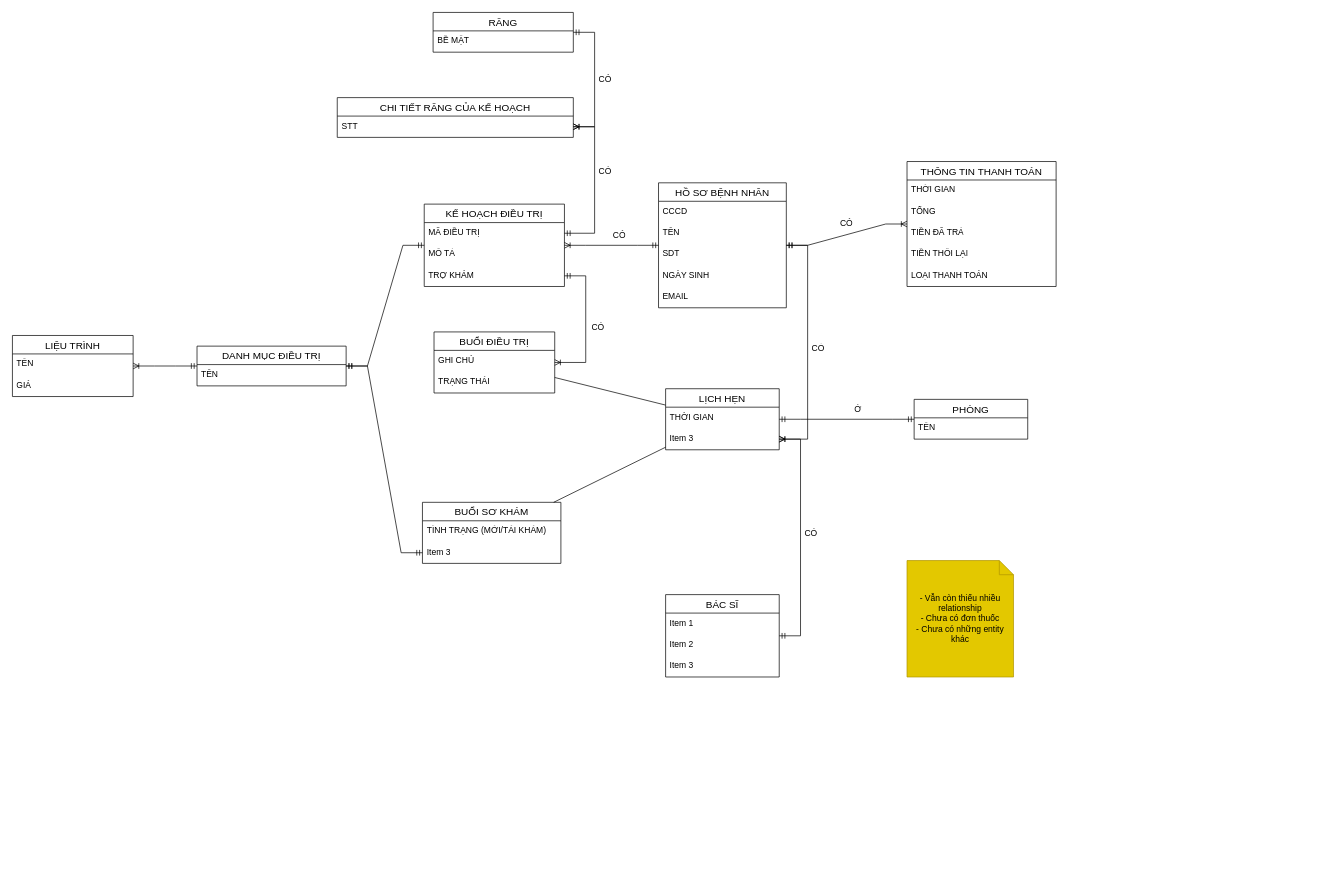
Before: diagrams/conceptual-diagram-v2.drawio in nibtr/clinic-db, a draw.io diagram. Source tidied: cells renumbered, new cells numbered last; positions are measured from the earlier drawing's top-left corner, leaving out a move shared by most shapes. Both pictures are drawn from the tidied source at 71%, with x=0, y=0 at pixel (12, 12).
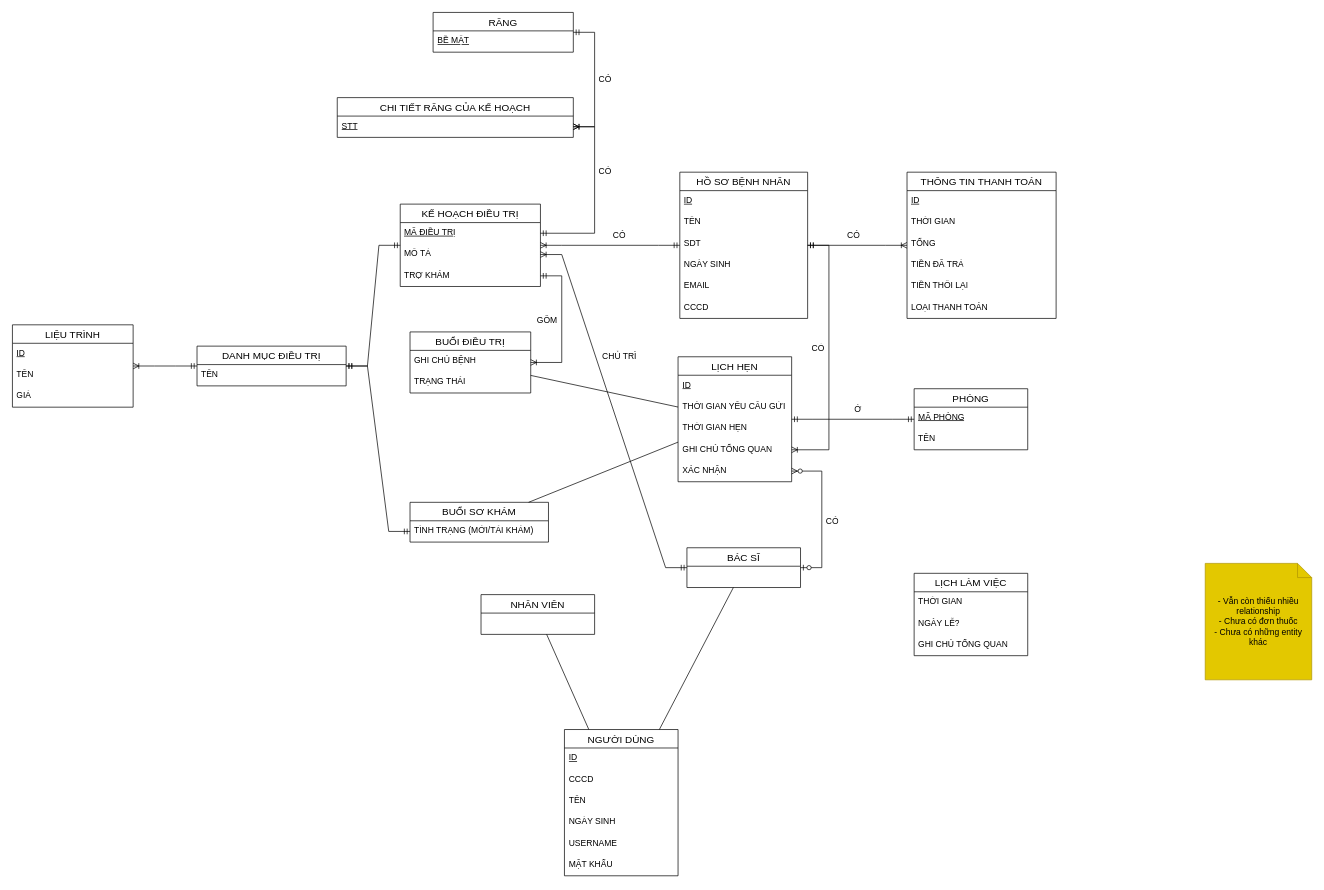
After the change.

Commit message (it also covers changes not shown here):
fix: fix overview + diagram

Refactor some requirements + fix diagram

The change refers to these unchanged cells:
```xml
<mxCell id="9" value="DANH MỤC ĐIỀU TRỊ" style="swimlane;fontStyle=0;horizontal=1;startSize=26;align=center;fontSize=14;" parent="1" vertex="1">
  <mxGeometry x="260" y="470" width="210" height="56" as="geometry" />
</mxCell>
<mxCell id="12" value="TÌNH TRẠNG (MỚI/TÁI KHÁM)" style="text;strokeColor=none;fillColor=none;spacingLeft=4;spacingRight=4;overflow=hidden;points=[[0,0.5],[1,0.5]];portConstraint=eastwest;fontSize=12;whiteSpace=wrap;html=1;" parent="11" vertex="1">
  <mxGeometry y="26" width="195" height="30" as="geometry" />
</mxCell>
<mxCell id="36" value="MÔ TẢ" style="text;strokeColor=none;fillColor=none;spacingLeft=4;spacingRight=4;overflow=hidden;points=[[0,0.5],[1,0.5]];portConstraint=eastwest;fontSize=12;whiteSpace=wrap;html=1;" parent="34" vertex="1">
  <mxGeometry y="56" width="197.5" height="30" as="geometry" />
</mxCell>
<mxCell id="41" value="RĂNG" style="swimlane;fontStyle=0;horizontal=1;startSize=26;align=center;fontSize=14;" parent="1" vertex="1">
  <mxGeometry x="592.5" width="197.5" height="56" as="geometry" />
</mxCell>
<mxCell id="43" value="CHI TIẾT RĂNG CỦA KẾ HOẠCH" style="swimlane;fontStyle=0;horizontal=1;startSize=26;align=center;fontSize=14;" parent="1" vertex="1">
  <mxGeometry x="457.5" y="120" width="332.5" height="56" as="geometry" />
</mxCell>
```

The edit, as a diff of the source:
```diff
@@
     <mxCell id="2" value="LỊCH HẸN" style="swimlane;fontStyle=0;horizontal=1;startSize=26;align=center;fontSize=14;" parent="1" vertex="1">
-      <mxGeometry x="920" y="530" width="160" height="86" as="geometry" />
+      <mxGeometry x="937.5" y="485" width="160" height="176" as="geometry" />
     </mxCell>
-    <mxCell id="3" value="THỜI GIAN" style="text;strokeColor=none;fillColor=none;spacingLeft=4;spacingRight=4;overflow=hidden;fontSize=12;whiteSpace=wrap;html=1;" parent="2" vertex="1">
+    <mxCell id="3" value="&lt;u&gt;ID&lt;/u&gt;" style="text;strokeColor=none;fillColor=none;spacingLeft=4;spacingRight=4;overflow=hidden;fontSize=12;whiteSpace=wrap;html=1;" parent="2" vertex="1">
       <mxGeometry y="26" width="160" height="30" as="geometry" />
     </mxCell>
+    <mxCell id="64" value="THỜI GIAN YÊU CÂU GỬI" style="text;strokeColor=none;fillColor=none;spacingLeft=4;spacingRight=4;overflow=hidden;fontSize=12;whiteSpace=wrap;html=1;" parent="2" vertex="1">
+      <mxGeometry y="56" width="160" height="30" as="geometry" />
+    </mxCell>
+    <mxCell id="65" value="THỜI GIAN HẸN" style="text;strokeColor=none;fillColor=none;spacingLeft=4;spacingRight=4;overflow=hidden;fontSize=12;whiteSpace=wrap;html=1;" parent="2" vertex="1">
+      <mxGeometry y="86" width="160" height="30" as="geometry" />
+    </mxCell>
-    <mxCell id="4" value="Item 3" style="text;strokeColor=none;fillColor=none;spacingLeft=4;spacingRight=4;overflow=hidden;points=[[0,0.5],[1,0.5]];portConstraint=eastwest;fontSize=12;whiteSpace=wrap;html=1;" parent="2" vertex="1">
-      <mxGeometry y="56" width="160" height="30" as="geometry" />
+    <mxCell id="4" value="GHI CHÚ TỔNG QUAN" style="text;strokeColor=none;fillColor=none;spacingLeft=4;spacingRight=4;overflow=hidden;points=[[0,0.5],[1,0.5]];portConstraint=eastwest;fontSize=12;whiteSpace=wrap;html=1;" parent="2" vertex="1">
+      <mxGeometry y="116" width="160" height="30" as="geometry" />
     </mxCell>
+    <mxCell id="66" value="XÁC NHẬN" style="text;strokeColor=none;fillColor=none;spacingLeft=4;spacingRight=4;overflow=hidden;points=[[0,0.5],[1,0.5]];portConstraint=eastwest;fontSize=12;whiteSpace=wrap;html=1;" parent="2" vertex="1">
+      <mxGeometry y="146" width="160" height="30" as="geometry" />
+    </mxCell>
     <mxCell id="5" value="BÁC SĨ" style="swimlane;fontStyle=0;horizontal=1;startSize=26;align=center;fontSize=14;" parent="1" vertex="1">
-      <mxGeometry x="920" y="820" width="160" height="116" as="geometry" />
+      <mxGeometry x="950" y="754" width="160" height="56" as="geometry" />
     </mxCell>
-    <mxCell id="6" value="Item 1" style="text;strokeColor=none;fillColor=none;spacingLeft=4;spacingRight=4;overflow=hidden;fontSize=12;whiteSpace=wrap;html=1;" parent="5" vertex="1">
-      <mxGeometry y="26" width="160" height="30" as="geometry" />
-    </mxCell>
-    <mxCell id="7" value="Item 2" style="text;strokeColor=none;fillColor=none;spacingLeft=4;spacingRight=4;overflow=hidden;fontSize=12;whiteSpace=wrap;html=1;" parent="5" vertex="1">
-      <mxGeometry y="56" width="160" height="30" as="geometry" />
-    </mxCell>
-    <mxCell id="8" value="Item 3" style="text;strokeColor=none;fillColor=none;spacingLeft=4;spacingRight=4;overflow=hidden;fontSize=12;whiteSpace=wrap;html=1;" parent="5" vertex="1">
-      <mxGeometry y="86" width="160" height="30" as="geometry" />
-    </mxCell>
@@
     <mxCell id="11" value="BUỔI SƠ KHÁM" style="swimlane;fontStyle=0;horizontal=1;startSize=26;align=center;fontSize=14;" parent="1" vertex="1">
-      <mxGeometry x="577.5" y="690" width="195" height="86" as="geometry" />
+      <mxGeometry x="560" y="690" width="195" height="56" as="geometry" />
     </mxCell>
@@
-    <mxCell id="13" value="Item 3" style="text;strokeColor=none;fillColor=none;spacingLeft=4;spacingRight=4;overflow=hidden;points=[[0,0.5],[1,0.5]];portConstraint=eastwest;fontSize=12;whiteSpace=wrap;html=1;" parent="11" vertex="1">
-      <mxGeometry y="56" width="195" height="30" as="geometry" />
-    </mxCell>
     <mxCell id="14" value="BUỔI ĐIỀU TRỊ" style="swimlane;fontStyle=0;horizontal=1;startSize=26;align=center;fontSize=14;" parent="1" vertex="1">
-      <mxGeometry x="593.8" y="450" width="170" height="86" as="geometry" />
+      <mxGeometry x="560" y="450" width="170" height="86" as="geometry" />
     </mxCell>
-    <mxCell id="15" value="GHI CHÚ" style="text;strokeColor=none;fillColor=none;spacingLeft=4;spacingRight=4;overflow=hidden;fontSize=12;whiteSpace=wrap;html=1;" parent="14" vertex="1">
+    <mxCell id="15" value="GHI CHÚ BỆNH" style="text;strokeColor=none;fillColor=none;spacingLeft=4;spacingRight=4;overflow=hidden;fontSize=12;whiteSpace=wrap;html=1;" parent="14" vertex="1">
       <mxGeometry y="26" width="170" height="30" as="geometry" />
     </mxCell>
@@
-    <mxCell id="18" style="edgeStyle=entityRelationEdgeStyle;fontSize=12;html=1;endArrow=ERmandOne;startArrow=ERmandOne;rounded=0;" parent="1" edge="1" source="9" target="13">
+    <mxCell id="18" style="edgeStyle=entityRelationEdgeStyle;fontSize=12;html=1;endArrow=ERmandOne;startArrow=ERmandOne;rounded=0;" parent="1" edge="1" source="9" target="12">
       <mxGeometry relative="1" as="geometry" />
     </mxCell>
     <mxCell id="19" value="PHÒNG" style="swimlane;fontStyle=0;horizontal=1;startSize=26;align=center;fontSize=14;" parent="1" vertex="1">
-      <mxGeometry x="1270" y="545" width="160" height="56" as="geometry" />
+      <mxGeometry x="1270" y="530" width="160" height="86" as="geometry" />
     </mxCell>
-    <mxCell id="20" value="TÊN" style="text;strokeColor=none;fillColor=none;spacingLeft=4;spacingRight=4;overflow=hidden;fontSize=12;whiteSpace=wrap;html=1;" parent="19" vertex="1">
+    <mxCell id="20" value="&lt;u&gt;MÃ PHÒNG&lt;/u&gt;" style="text;strokeColor=none;fillColor=none;spacingLeft=4;spacingRight=4;overflow=hidden;fontSize=12;whiteSpace=wrap;html=1;" parent="19" vertex="1">
       <mxGeometry y="26" width="160" height="30" as="geometry" />
     </mxCell>
+    <mxCell id="67" value="TÊN" style="text;strokeColor=none;fillColor=none;spacingLeft=4;spacingRight=4;overflow=hidden;fontSize=12;whiteSpace=wrap;html=1;" parent="19" vertex="1">
+      <mxGeometry y="56" width="160" height="30" as="geometry" />
+    </mxCell>
@@
-    <mxCell id="25" style="edgeStyle=entityRelationEdgeStyle;fontSize=12;html=1;endArrow=ERoneToMany;startArrow=ERmandOne;rounded=0;" parent="1" edge="1" source="5" target="4">
-      <mxGeometry relative="1" as="geometry" />
-    </mxCell>
     <mxCell id="26" value="CÓ" style="text;strokeColor=none;fillColor=none;spacingLeft=4;spacingRight=4;overflow=hidden;fontSize=12;whiteSpace=wrap;html=1;" parent="1" vertex="1">
-      <mxGeometry x="1110" y="720" width="30" height="30" as="geometry" />
+      <mxGeometry x="1140" y="703" width="30" height="30" as="geometry" />
     </mxCell>
     <mxCell id="27" value="HỒ SƠ BỆNH NHÂN" style="swimlane;fontStyle=0;horizontal=1;startSize=26;align=center;fontSize=14;" parent="1" vertex="1">
-      <mxGeometry x="910" y="240" width="180" height="176" as="geometry" />
+      <mxGeometry x="940" y="225" width="180" height="206" as="geometry" />
     </mxCell>
-    <mxCell id="28" value="CCCD" style="text;strokeColor=none;fillColor=none;spacingLeft=4;spacingRight=4;overflow=hidden;fontSize=12;whiteSpace=wrap;html=1;" parent="27" vertex="1">
+    <mxCell id="28" value="&lt;u&gt;ID&lt;/u&gt;" style="text;strokeColor=none;fillColor=none;spacingLeft=4;spacingRight=4;overflow=hidden;fontSize=12;whiteSpace=wrap;html=1;" parent="27" vertex="1">
       <mxGeometry y="26" width="180" height="30" as="geometry" />
     </mxCell>
@@
+    <mxCell id="68" value="CCCD" style="text;strokeColor=none;fillColor=none;spacingLeft=4;spacingRight=4;overflow=hidden;fontSize=12;whiteSpace=wrap;html=1;" parent="27" vertex="1">
+      <mxGeometry y="176" width="180" height="30" as="geometry" />
+    </mxCell>
@@
     <mxCell id="34" value="KẾ HOẠCH ĐIỀU TRỊ" style="swimlane;fontStyle=0;horizontal=1;startSize=26;align=center;fontSize=14;" parent="1" vertex="1">
-      <mxGeometry x="580" y="270" width="197.5" height="116" as="geometry" />
+      <mxGeometry x="546.2" y="270" width="197.5" height="116" as="geometry" />
     </mxCell>
-    <mxCell id="35" value="MÃ ĐIỀU TRỊ" style="text;strokeColor=none;fillColor=none;spacingLeft=4;spacingRight=4;overflow=hidden;points=[[0,0.5],[1,0.5]];portConstraint=eastwest;fontSize=12;whiteSpace=wrap;html=1;" parent="34" vertex="1">
+    <mxCell id="35" value="MÃ ĐIỀU TRỊ" style="text;strokeColor=none;fillColor=none;spacingLeft=4;spacingRight=4;overflow=hidden;points=[[0,0.5],[1,0.5]];portConstraint=eastwest;fontSize=12;whiteSpace=wrap;html=1;fontStyle=4;" parent="34" vertex="1">
       <mxGeometry y="26" width="197.5" height="30" as="geometry" />
     </mxCell>
@@
-    <mxCell id="42" value="BỀ MẶT" style="text;strokeColor=none;fillColor=none;spacingLeft=4;spacingRight=4;overflow=hidden;fontSize=12;whiteSpace=wrap;html=1;" parent="41" vertex="1">
+    <mxCell id="42" value="&lt;u&gt;BỀ MẶT&lt;/u&gt;" style="text;strokeColor=none;fillColor=none;spacingLeft=4;spacingRight=4;overflow=hidden;fontSize=12;whiteSpace=wrap;html=1;" parent="41" vertex="1">
       <mxGeometry y="26" width="197.5" height="30" as="geometry" />
     </mxCell>
@@
-    <mxCell id="44" value="STT" style="text;strokeColor=none;fillColor=none;spacingLeft=4;spacingRight=4;overflow=hidden;points=[[0,0.5],[1,0.5]];portConstraint=eastwest;fontSize=12;whiteSpace=wrap;html=1;" parent="43" vertex="1">
+    <mxCell id="44" value="&lt;u&gt;STT&lt;/u&gt;" style="text;strokeColor=none;fillColor=none;spacingLeft=4;spacingRight=4;overflow=hidden;points=[[0,0.5],[1,0.5]];portConstraint=eastwest;fontSize=12;whiteSpace=wrap;html=1;" parent="43" vertex="1">
       <mxGeometry y="26" width="332.5" height="30" as="geometry" />
     </mxCell>
@@
-    <mxCell id="50" value="CÓ" style="text;strokeColor=none;fillColor=none;spacingLeft=4;spacingRight=4;overflow=hidden;fontSize=12;whiteSpace=wrap;html=1;" parent="1" vertex="1">
-      <mxGeometry x="810" y="430" width="30" height="30" as="geometry" />
+    <mxCell id="50" value="GỒM" style="text;strokeColor=none;fillColor=none;spacingLeft=4;spacingRight=4;overflow=hidden;fontSize=12;whiteSpace=wrap;html=1;" parent="1" vertex="1">
+      <mxGeometry x="732.5" y="420" width="40" height="30" as="geometry" />
     </mxCell>
     <mxCell id="51" value="THÔNG TIN THANH TOÁN" style="swimlane;fontStyle=0;horizontal=1;startSize=26;align=center;fontSize=14;" parent="1" vertex="1">
-      <mxGeometry x="1260" y="210" width="210" height="176" as="geometry" />
+      <mxGeometry x="1260" y="225" width="210" height="206" as="geometry" />
     </mxCell>
+    <mxCell id="69" value="&lt;u&gt;ID&lt;/u&gt;" style="text;strokeColor=none;fillColor=none;spacingLeft=4;spacingRight=4;overflow=hidden;fontSize=12;whiteSpace=wrap;html=1;" parent="51" vertex="1">
+      <mxGeometry y="26" width="210" height="30" as="geometry" />
+    </mxCell>
     <mxCell id="52" value="THỜI GIAN" style="text;strokeColor=none;fillColor=none;spacingLeft=4;spacingRight=4;overflow=hidden;fontSize=12;whiteSpace=wrap;html=1;" parent="51" vertex="1">
-      <mxGeometry y="26" width="210" height="30" as="geometry" />
+      <mxGeometry y="56" width="210" height="30" as="geometry" />
     </mxCell>
     <mxCell id="53" value="TỔNG&amp;nbsp;" style="text;strokeColor=none;fillColor=none;spacingLeft=4;spacingRight=4;overflow=hidden;fontSize=12;whiteSpace=wrap;html=1;" parent="51" vertex="1">
-      <mxGeometry y="56" width="210" height="30" as="geometry" />
+      <mxGeometry y="86" width="210" height="30" as="geometry" />
     </mxCell>
     <mxCell id="54" value="TIỀN ĐÃ TRẢ" style="text;strokeColor=none;fillColor=none;spacingLeft=4;spacingRight=4;overflow=hidden;fontSize=12;whiteSpace=wrap;html=1;" parent="51" vertex="1">
-      <mxGeometry y="86" width="210" height="30" as="geometry" />
+      <mxGeometry y="116" width="210" height="30" as="geometry" />
     </mxCell>
     <mxCell id="55" value="TIỀN THỐI LẠI" style="text;strokeColor=none;fillColor=none;spacingLeft=4;spacingRight=4;overflow=hidden;fontSize=12;whiteSpace=wrap;html=1;" parent="51" vertex="1">
-      <mxGeometry y="116" width="210" height="30" as="geometry" />
+      <mxGeometry y="146" width="210" height="30" as="geometry" />
     </mxCell>
     <mxCell id="56" value="LOẠI THANH TOÁN" style="text;strokeColor=none;fillColor=none;spacingLeft=4;spacingRight=4;overflow=hidden;fontSize=12;whiteSpace=wrap;html=1;" parent="51" vertex="1">
-      <mxGeometry y="146" width="210" height="30" as="geometry" />
+      <mxGeometry y="176" width="210" height="30" as="geometry" />
     </mxCell>
     <mxCell id="57" value="LIỆU TRÌNH" style="swimlane;fontStyle=0;horizontal=1;startSize=26;align=center;fontSize=14;" parent="1" vertex="1">
-      <mxGeometry y="455" width="170" height="86" as="geometry" />
+      <mxGeometry y="440" width="170" height="116" as="geometry" />
     </mxCell>
+    <mxCell id="70" value="&lt;u&gt;ID&lt;/u&gt;" style="text;strokeColor=none;fillColor=none;spacingLeft=4;spacingRight=4;overflow=hidden;fontSize=12;whiteSpace=wrap;html=1;" parent="57" vertex="1">
+      <mxGeometry y="26" width="170" height="30" as="geometry" />
+    </mxCell>
     <mxCell id="58" value="TÊN" style="text;strokeColor=none;fillColor=none;spacingLeft=4;spacingRight=4;overflow=hidden;fontSize=12;whiteSpace=wrap;html=1;" parent="57" vertex="1">
-      <mxGeometry y="26" width="170" height="30" as="geometry" />
+      <mxGeometry y="56" width="170" height="30" as="geometry" />
     </mxCell>
     <mxCell id="59" value="GIÁ" style="text;strokeColor=none;fillColor=none;spacingLeft=4;spacingRight=4;overflow=hidden;fontSize=12;whiteSpace=wrap;html=1;" parent="57" vertex="1">
-      <mxGeometry y="56" width="170" height="30" as="geometry" />
+      <mxGeometry y="86" width="170" height="30" as="geometry" />
     </mxCell>
@@
     <mxCell id="62" value="CÓ" style="text;strokeColor=none;fillColor=none;spacingLeft=4;spacingRight=4;overflow=hidden;fontSize=12;whiteSpace=wrap;html=1;" parent="1" vertex="1">
-      <mxGeometry x="1160" y="283" width="30" height="30" as="geometry" />
+      <mxGeometry x="1170" y="300" width="30" height="30" as="geometry" />
     </mxCell>
     <mxCell id="63" value="- Vẫn còn thiếu nhiều relationship&lt;br&gt;- Chưa có đơn thuốc&lt;br&gt;- Chưa có những entity khác" style="shape=note;size=20;whiteSpace=wrap;html=1;fillColor=#e3c800;fontColor=#000000;strokeColor=#B09500;" parent="1" vertex="1">
-      <mxGeometry x="1260" y="772" width="150" height="164" as="geometry" />
+      <mxGeometry x="1680" y="776" width="150" height="164" as="geometry" />
     </mxCell>
+    <mxCell id="71" value="NHÂN VIÊN" style="swimlane;fontStyle=0;horizontal=1;startSize=26;align=center;fontSize=14;" parent="1" vertex="1">
+      <mxGeometry x="660" y="820" width="160" height="56" as="geometry" />
+    </mxCell>
+    <mxCell id="72" value="NGƯỜI DÙNG" style="swimlane;fontStyle=0;horizontal=1;startSize=26;align=center;fontSize=14;" parent="1" vertex="1">
+      <mxGeometry x="777.5" y="1010" width="160" height="206" as="geometry" />
+    </mxCell>
+    <mxCell id="73" value="&lt;u&gt;ID&lt;/u&gt;" style="text;strokeColor=none;fillColor=none;spacingLeft=4;spacingRight=4;overflow=hidden;fontSize=12;whiteSpace=wrap;html=1;" parent="72" vertex="1">
+      <mxGeometry y="26" width="160" height="30" as="geometry" />
+    </mxCell>
+    <mxCell id="74" value="CCCD" style="text;strokeColor=none;fillColor=none;spacingLeft=4;spacingRight=4;overflow=hidden;fontSize=12;whiteSpace=wrap;html=1;" parent="72" vertex="1">
+      <mxGeometry y="56" width="160" height="30" as="geometry" />
+    </mxCell>
+    <mxCell id="75" value="TÊN" style="text;strokeColor=none;fillColor=none;spacingLeft=4;spacingRight=4;overflow=hidden;fontSize=12;whiteSpace=wrap;html=1;" parent="72" vertex="1">
+      <mxGeometry y="86" width="160" height="30" as="geometry" />
+    </mxCell>
+    <mxCell id="76" value="NGÀY SINH" style="text;strokeColor=none;fillColor=none;spacingLeft=4;spacingRight=4;overflow=hidden;fontSize=12;whiteSpace=wrap;html=1;" parent="72" vertex="1">
+      <mxGeometry y="116" width="160" height="30" as="geometry" />
+    </mxCell>
+    <mxCell id="77" value="USERNAME" style="text;strokeColor=none;fillColor=none;spacingLeft=4;spacingRight=4;overflow=hidden;fontSize=12;whiteSpace=wrap;html=1;" parent="72" vertex="1">
+      <mxGeometry y="146" width="160" height="30" as="geometry" />
+    </mxCell>
+    <mxCell id="78" value="MẬT KHẨU" style="text;strokeColor=none;fillColor=none;spacingLeft=4;spacingRight=4;overflow=hidden;fontSize=12;whiteSpace=wrap;html=1;" parent="72" vertex="1">
+      <mxGeometry y="176" width="160" height="30" as="geometry" />
+    </mxCell>
+    <mxCell id="79" style="endArrow=none;html=1;rounded=0;" parent="1" edge="1" source="72" target="71">
+      <mxGeometry relative="1" as="geometry" />
+    </mxCell>
+    <mxCell id="80" style="endArrow=none;html=1;rounded=0;" parent="1" edge="1" source="72" target="5">
+      <mxGeometry relative="1" as="geometry" />
+    </mxCell>
+    <mxCell id="81" style="edgeStyle=entityRelationEdgeStyle;fontSize=12;html=1;endArrow=ERoneToMany;startArrow=ERmandOne;rounded=0;" parent="1" edge="1" source="5" target="36">
+      <mxGeometry relative="1" as="geometry" />
+    </mxCell>
+    <mxCell id="82" value="CHỦ TRÌ" style="text;strokeColor=none;fillColor=none;spacingLeft=4;spacingRight=4;overflow=hidden;fontSize=12;whiteSpace=wrap;html=1;" parent="1" vertex="1">
+      <mxGeometry x="825" y="470" width="60" height="30" as="geometry" />
+    </mxCell>
+    <mxCell id="83" value="LỊCH LÀM VIỆC" style="swimlane;fontStyle=0;horizontal=1;startSize=26;align=center;fontSize=14;" parent="1" vertex="1">
+      <mxGeometry x="1270" y="790" width="160" height="116" as="geometry" />
+    </mxCell>
+    <mxCell id="84" value="THỜI GIAN" style="text;strokeColor=none;fillColor=none;spacingLeft=4;spacingRight=4;overflow=hidden;fontSize=12;whiteSpace=wrap;html=1;" parent="83" vertex="1">
+      <mxGeometry y="26" width="160" height="30" as="geometry" />
+    </mxCell>
+    <mxCell id="85" value="NGÀY LỄ?" style="text;strokeColor=none;fillColor=none;spacingLeft=4;spacingRight=4;overflow=hidden;fontSize=12;whiteSpace=wrap;html=1;" parent="83" vertex="1">
+      <mxGeometry y="56" width="160" height="30" as="geometry" />
+    </mxCell>
+    <mxCell id="86" value="GHI CHÚ TỔNG QUAN" style="text;strokeColor=none;fillColor=none;spacingLeft=4;spacingRight=4;overflow=hidden;fontSize=12;whiteSpace=wrap;html=1;" parent="83" vertex="1">
+      <mxGeometry y="86" width="160" height="30" as="geometry" />
+    </mxCell>
+    <mxCell id="87" style="edgeStyle=entityRelationEdgeStyle;fontSize=12;html=1;endArrow=ERzeroToMany;startArrow=ERzeroToOne;rounded=0;" parent="1" edge="1" source="5" target="66">
+      <mxGeometry relative="1" as="geometry" />
+    </mxCell>
```
